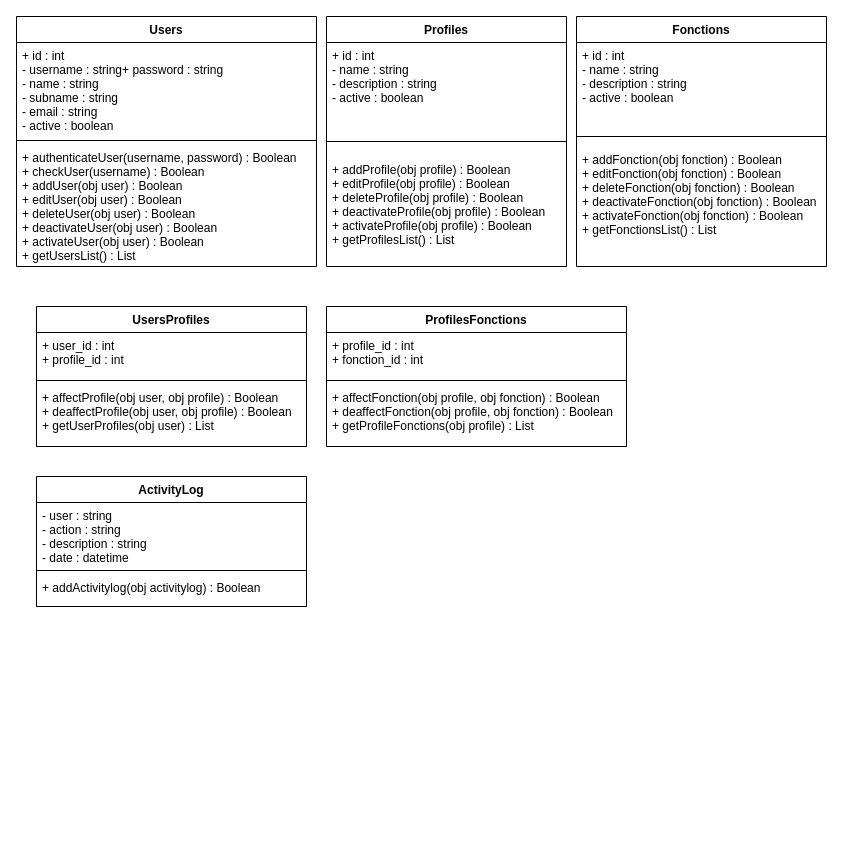
Above: documentation/ClassesDiagram.drawio in MouhaBY/POS (draw.io), before the change. Source tidied: cells renumbered, new cells numbered last; positions are measured from the earlier drawing's top-left corner, leaving out a move shared by most shapes. Both pictures are drawn from the tidied source at 100%, with x=0, y=0 at pixel (16, 16).
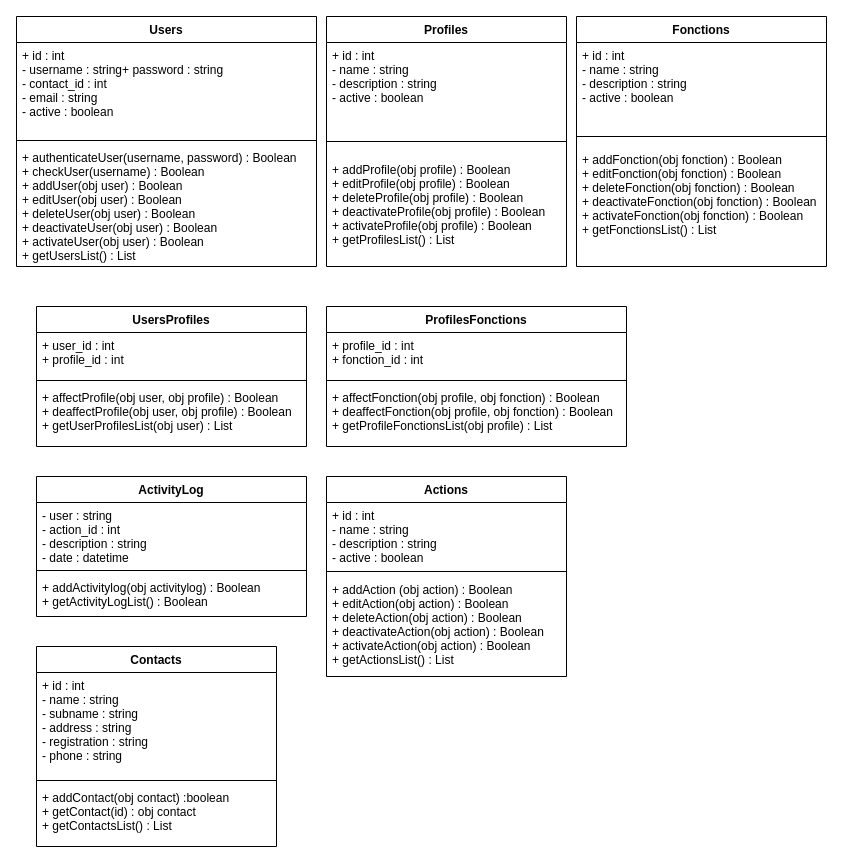
The same page after the edit.

Unchanged cells that the change refers to:
```xml
<mxCell id="10" value="Users" style="swimlane;fontStyle=1;align=center;verticalAlign=top;horizontal=1;startSize=26;" parent="1" vertex="1">
  <mxGeometry width="300" height="250" as="geometry" />
</mxCell>
<mxCell id="14" value="UsersProfiles" style="swimlane;fontStyle=1;align=center;verticalAlign=top;horizontal=1;startSize=26;" parent="1" vertex="1">
  <mxGeometry x="20" y="290" width="270" height="140" as="geometry" />
</mxCell>
<mxCell id="18" value="ProfilesFonctions" style="swimlane;fontStyle=1;align=center;verticalAlign=top;horizontal=1;startSize=26;" parent="1" vertex="1">
  <mxGeometry x="310" y="290" width="300" height="140" as="geometry" />
</mxCell>
```

The edit, as a diff of the source:
```diff
@@
-    <mxCell id="11" value="+ id : int&#10;- username : string+ password : string&#10;- name : string&#10;- subname : string&#10;- email : string&#10;- active : boolean&#10;&#10;&#10;" style="text;strokeColor=none;fillColor=none;align=left;verticalAlign=top;spacingLeft=4;spacingRight=4;overflow=hidden;" parent="10" vertex="1">
+    <mxCell id="11" value="+ id : int&#10;- username : string+ password : string&#10;- contact_id : int&#10;- email : string&#10;- active : boolean&#10;&#10;&#10;" style="text;strokeColor=none;fillColor=none;align=left;verticalAlign=top;spacingLeft=4;spacingRight=4;overflow=hidden;" parent="10" vertex="1">
       <mxGeometry y="26" width="300" height="94" as="geometry" />
     </mxCell>
@@
-    <mxCell id="17" value="+ affectProfile(obj user, obj profile) : Boolean&#10;+ deaffectProfile(obj user, obj profile) : Boolean&#10;+ getUserProfiles(obj user) : List&#10;" style="text;strokeColor=none;fillColor=none;align=left;verticalAlign=top;spacingLeft=4;spacingRight=4;overflow=hidden;" parent="14" vertex="1">
+    <mxCell id="17" value="+ affectProfile(obj user, obj profile) : Boolean&#10;+ deaffectProfile(obj user, obj profile) : Boolean&#10;+ getUserProfilesList(obj user) : List&#10;" style="text;strokeColor=none;fillColor=none;align=left;verticalAlign=top;spacingLeft=4;spacingRight=4;overflow=hidden;" parent="14" vertex="1">
       <mxGeometry y="78" width="270" height="62" as="geometry" />
     </mxCell>
@@
-    <mxCell id="21" value="+ affectFonction(obj profile, obj fonction) : Boolean&#10;+ deaffectFonction(obj profile, obj fonction) : Boolean&#10;+ getProfileFonctions(obj profile) : List" style="text;strokeColor=none;fillColor=none;align=left;verticalAlign=top;spacingLeft=4;spacingRight=4;overflow=hidden;" parent="18" vertex="1">
+    <mxCell id="21" value="+ affectFonction(obj profile, obj fonction) : Boolean&#10;+ deaffectFonction(obj profile, obj fonction) : Boolean&#10;+ getProfileFonctionsList(obj profile) : List" style="text;strokeColor=none;fillColor=none;align=left;verticalAlign=top;spacingLeft=4;spacingRight=4;overflow=hidden;" parent="18" vertex="1">
       <mxGeometry y="78" width="300" height="62" as="geometry" />
     </mxCell>
     <mxCell id="22" value="ActivityLog" style="swimlane;fontStyle=1;align=center;verticalAlign=top;horizontal=1;startSize=26;" parent="1" vertex="1">
-      <mxGeometry x="20" y="460" width="270" height="130" as="geometry" />
+      <mxGeometry x="20" y="460" width="270" height="140" as="geometry" />
     </mxCell>
-    <mxCell id="23" value="- user : string&#10;- action : string&#10;- description : string&#10;- date : datetime&#10;&#10;" style="text;strokeColor=none;fillColor=none;align=left;verticalAlign=top;spacingLeft=4;spacingRight=4;overflow=hidden;" parent="22" vertex="1">
+    <mxCell id="23" value="- user : string&#10;- action_id : int&#10;- description : string&#10;- date : datetime&#10;&#10;" style="text;strokeColor=none;fillColor=none;align=left;verticalAlign=top;spacingLeft=4;spacingRight=4;overflow=hidden;" parent="22" vertex="1">
       <mxGeometry y="26" width="270" height="64" as="geometry" />
     </mxCell>
@@
-    <mxCell id="25" value="+ addActivitylog(obj activitylog) : Boolean&#10;" style="text;strokeColor=none;fillColor=none;align=left;verticalAlign=top;spacingLeft=4;spacingRight=4;overflow=hidden;" parent="22" vertex="1">
-      <mxGeometry y="98" width="270" height="32" as="geometry" />
+    <mxCell id="25" value="+ addActivitylog(obj activitylog) : Boolean&#10;+ getActivityLogList() : Boolean " style="text;strokeColor=none;fillColor=none;align=left;verticalAlign=top;spacingLeft=4;spacingRight=4;overflow=hidden;" parent="22" vertex="1">
+      <mxGeometry y="98" width="270" height="42" as="geometry" />
     </mxCell>
+    <mxCell id="26" value="Actions" style="swimlane;fontStyle=1;align=center;verticalAlign=top;horizontal=1;startSize=26;" parent="1" vertex="1">
+      <mxGeometry x="310" y="460" width="240" height="200" as="geometry" />
+    </mxCell>
+    <mxCell id="27" value="+ id : int&#10;- name : string&#10;- description : string&#10;- active : boolean" style="text;strokeColor=none;fillColor=none;align=left;verticalAlign=top;spacingLeft=4;spacingRight=4;overflow=hidden;" parent="26" vertex="1">
+      <mxGeometry y="26" width="240" height="64" as="geometry" />
+    </mxCell>
+    <mxCell id="28" style="line;strokeWidth=1;fillColor=none;align=left;verticalAlign=middle;spacingTop=-1;spacingLeft=3;spacingRight=3;labelPosition=right;" parent="26" vertex="1">
+      <mxGeometry y="90" width="240" height="10" as="geometry" />
+    </mxCell>
+    <mxCell id="29" value="+ addAction (obj action) : Boolean&#10;+ editAction(obj action) : Boolean&#10;+ deleteAction(obj action) : Boolean&#10;+ deactivateAction(obj action) : Boolean&#10;+ activateAction(obj action) : Boolean&#10;+ getActionsList() : List&#10;" style="text;strokeColor=none;fillColor=none;align=left;verticalAlign=top;spacingLeft=4;spacingRight=4;overflow=hidden;" parent="26" vertex="1">
+      <mxGeometry y="100" width="240" height="100" as="geometry" />
+    </mxCell>
+    <mxCell id="30" value="Contacts" style="swimlane;fontStyle=1;align=center;verticalAlign=top;horizontal=1;startSize=26;" parent="1" vertex="1">
+      <mxGeometry x="20" y="630" width="240" height="200" as="geometry" />
+    </mxCell>
+    <mxCell id="31" value="+ id : int&#10;- name : string&#10;- subname : string&#10;- address : string&#10;- registration : string&#10;- phone : string&#10;&#10;" style="text;strokeColor=none;fillColor=none;align=left;verticalAlign=top;spacingLeft=4;spacingRight=4;overflow=hidden;" parent="30" vertex="1">
+      <mxGeometry y="26" width="240" height="104" as="geometry" />
+    </mxCell>
+    <mxCell id="32" style="line;strokeWidth=1;fillColor=none;align=left;verticalAlign=middle;spacingTop=-1;spacingLeft=3;spacingRight=3;labelPosition=right;" parent="30" vertex="1">
+      <mxGeometry y="130" width="240" height="8" as="geometry" />
+    </mxCell>
+    <mxCell id="33" value="+ addContact(obj contact) :boolean&#10;+ getContact(id) : obj contact&#10;+ getContactsList() : List&#10;" style="text;strokeColor=none;fillColor=none;align=left;verticalAlign=top;spacingLeft=4;spacingRight=4;overflow=hidden;" parent="30" vertex="1">
+      <mxGeometry y="138" width="240" height="62" as="geometry" />
+    </mxCell>
```
